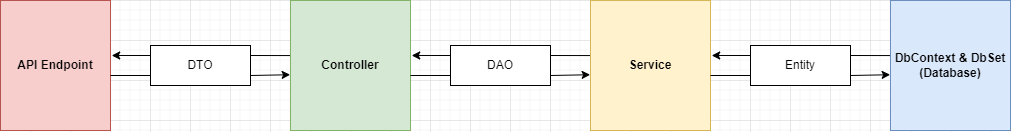
This is .github/Images/ProjectGraph.png from etases/4kTiles-Backend, a draw.io export, as it was before one commit. Source tidied: cells renumbered, new cells last; positions are measured from the earlier drawing's top-left corner, leaving out a move shared by most shapes. Its diagram source:
```xml
<mxGraphModel>
  <root>
    <mxCell id="0" />
    <mxCell id="1" parent="0" />
    <mxCell id="2" value="&lt;b&gt;API Endpoint&lt;/b&gt;" style="whiteSpace=wrap;html=1;align=center;fillColor=#f8cecc;strokeColor=#b85450;" parent="1" vertex="1">
      <mxGeometry width="110" height="130" as="geometry" />
    </mxCell>
    <mxCell id="3" style="edgeStyle=orthogonalEdgeStyle;rounded=0;jettySize=auto;html=1;exitX=0;exitY=0.25;exitDx=0;exitDy=0;entryX=1.011;entryY=0.423;entryDx=0;entryDy=0;entryPerimeter=0;" parent="1" edge="1" source="7" target="2">
      <mxGeometry relative="1" as="geometry" />
    </mxCell>
    <mxCell id="4" style="edgeStyle=orthogonalEdgeStyle;rounded=0;jettySize=auto;html=1;exitX=1;exitY=0.25;exitDx=0;exitDy=0;entryX=-0.003;entryY=0.417;entryDx=0;entryDy=0;entryPerimeter=0;endArrow=none;endFill=0;" parent="1" edge="1" source="7" target="8">
      <mxGeometry relative="1" as="geometry" />
    </mxCell>
    <mxCell id="5" style="rounded=0;jettySize=auto;html=1;exitX=1;exitY=0.75;exitDx=0;exitDy=0;endArrow=classic;endFill=1;entryX=-0.003;entryY=0.571;entryDx=0;entryDy=0;entryPerimeter=0;" parent="1" edge="1" source="7" target="8">
      <mxGeometry relative="1" as="geometry" />
    </mxCell>
    <mxCell id="6" style="edgeStyle=none;rounded=0;jettySize=auto;html=1;exitX=0;exitY=0.75;exitDx=0;exitDy=0;endArrow=none;endFill=0;" parent="1" edge="1" source="7">
      <mxGeometry relative="1" as="geometry">
        <mxPoint x="110" y="75" as="targetPoint" />
      </mxGeometry>
    </mxCell>
    <mxCell id="7" value="DTO" style="whiteSpace=wrap;html=1;align=center;" parent="1" vertex="1">
      <mxGeometry x="150" y="45" width="100" height="40" as="geometry" />
    </mxCell>
    <mxCell id="8" value="&lt;b&gt;Controller&lt;/b&gt;" style="whiteSpace=wrap;html=1;align=center;fillColor=#d5e8d4;strokeColor=#82b366;" parent="1" vertex="1">
      <mxGeometry x="290" width="120" height="130" as="geometry" />
    </mxCell>
    <mxCell id="9" style="edgeStyle=orthogonalEdgeStyle;rounded=0;jettySize=auto;html=1;exitX=0;exitY=0.25;exitDx=0;exitDy=0;entryX=1.011;entryY=0.423;entryDx=0;entryDy=0;entryPerimeter=0;" parent="1" edge="1" source="13">
      <mxGeometry relative="1" as="geometry">
        <mxPoint x="411.2" y="55" as="targetPoint" />
      </mxGeometry>
    </mxCell>
    <mxCell id="10" style="edgeStyle=orthogonalEdgeStyle;rounded=0;jettySize=auto;html=1;exitX=1;exitY=0.25;exitDx=0;exitDy=0;entryX=-0.003;entryY=0.417;entryDx=0;entryDy=0;entryPerimeter=0;endArrow=none;endFill=0;" parent="1" edge="1" source="13" target="14">
      <mxGeometry relative="1" as="geometry" />
    </mxCell>
    <mxCell id="11" style="rounded=0;jettySize=auto;html=1;exitX=1;exitY=0.75;exitDx=0;exitDy=0;endArrow=classic;endFill=1;entryX=-0.003;entryY=0.571;entryDx=0;entryDy=0;entryPerimeter=0;" parent="1" edge="1" source="13" target="14">
      <mxGeometry relative="1" as="geometry" />
    </mxCell>
    <mxCell id="12" style="edgeStyle=none;rounded=0;jettySize=auto;html=1;exitX=0;exitY=0.75;exitDx=0;exitDy=0;endArrow=none;endFill=0;" parent="1" edge="1" source="13">
      <mxGeometry relative="1" as="geometry">
        <mxPoint x="410" y="75" as="targetPoint" />
      </mxGeometry>
    </mxCell>
    <mxCell id="13" value="DAO" style="whiteSpace=wrap;html=1;align=center;" parent="1" vertex="1">
      <mxGeometry x="450" y="45" width="100" height="40" as="geometry" />
    </mxCell>
    <mxCell id="14" value="&lt;b&gt;Service&lt;/b&gt;" style="whiteSpace=wrap;html=1;align=center;fillColor=#fff2cc;strokeColor=#d6b656;" parent="1" vertex="1">
      <mxGeometry x="590" width="120" height="130" as="geometry" />
    </mxCell>
    <mxCell id="15" style="edgeStyle=orthogonalEdgeStyle;rounded=0;jettySize=auto;html=1;exitX=0;exitY=0.25;exitDx=0;exitDy=0;entryX=1.011;entryY=0.423;entryDx=0;entryDy=0;entryPerimeter=0;" parent="1" edge="1" source="19">
      <mxGeometry relative="1" as="geometry">
        <mxPoint x="711.2" y="55" as="targetPoint" />
      </mxGeometry>
    </mxCell>
    <mxCell id="16" style="edgeStyle=orthogonalEdgeStyle;rounded=0;jettySize=auto;html=1;exitX=1;exitY=0.25;exitDx=0;exitDy=0;entryX=-0.003;entryY=0.417;entryDx=0;entryDy=0;entryPerimeter=0;endArrow=none;endFill=0;" parent="1" edge="1" source="19" target="20">
      <mxGeometry relative="1" as="geometry" />
    </mxCell>
    <mxCell id="17" style="rounded=0;jettySize=auto;html=1;exitX=1;exitY=0.75;exitDx=0;exitDy=0;endArrow=classic;endFill=1;entryX=-0.003;entryY=0.571;entryDx=0;entryDy=0;entryPerimeter=0;" parent="1" edge="1" source="19" target="20">
      <mxGeometry relative="1" as="geometry" />
    </mxCell>
    <mxCell id="18" style="edgeStyle=none;rounded=0;jettySize=auto;html=1;exitX=0;exitY=0.75;exitDx=0;exitDy=0;endArrow=none;endFill=0;" parent="1" edge="1" source="19">
      <mxGeometry relative="1" as="geometry">
        <mxPoint x="710" y="75" as="targetPoint" />
      </mxGeometry>
    </mxCell>
    <mxCell id="19" value="Entity" style="whiteSpace=wrap;html=1;align=center;" parent="1" vertex="1">
      <mxGeometry x="750" y="45" width="100" height="40" as="geometry" />
    </mxCell>
    <mxCell id="20" value="&lt;b&gt;DbContext &amp;amp; DbSet&lt;br&gt;(Database)&lt;br&gt;&lt;/b&gt;" style="whiteSpace=wrap;html=1;align=center;fillColor=#dae8fc;strokeColor=#6c8ebf;" parent="1" vertex="1">
      <mxGeometry x="890" width="120" height="130" as="geometry" />
    </mxCell>
  </root>
</mxGraphModel>
```
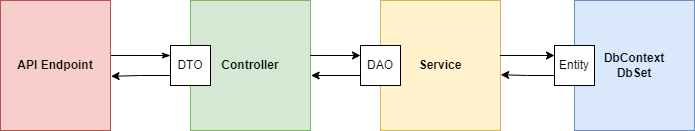
The same diagram one commit later.

Commit message:
Better document for README (#14)

The edit, as a diff of the source:
```diff
@@ -2,72 +2,44 @@
   <root>
     <mxCell id="0" />
     <mxCell id="1" parent="0" />
-    <mxCell id="2" value="&lt;b&gt;API Endpoint&lt;/b&gt;" style="whiteSpace=wrap;html=1;align=center;fillColor=#f8cecc;strokeColor=#b85450;" parent="1" vertex="1">
-      <mxGeometry width="110" height="130" as="geometry" />
+    <mxCell id="2" value="&lt;b&gt;API Endpoint&lt;br&gt;&lt;/b&gt;" style="whiteSpace=wrap;html=1;align=center;fillColor=#f8cecc;strokeColor=#b85450;" parent="1" vertex="1">
+      <mxGeometry x="100" width="110" height="130" as="geometry" />
     </mxCell>
-    <mxCell id="3" style="edgeStyle=orthogonalEdgeStyle;rounded=0;jettySize=auto;html=1;exitX=0;exitY=0.25;exitDx=0;exitDy=0;entryX=1.011;entryY=0.423;entryDx=0;entryDy=0;entryPerimeter=0;" parent="1" edge="1" source="7" target="2">
-      <mxGeometry relative="1" as="geometry" />
-    </mxCell>
-    <mxCell id="4" style="edgeStyle=orthogonalEdgeStyle;rounded=0;jettySize=auto;html=1;exitX=1;exitY=0.25;exitDx=0;exitDy=0;entryX=-0.003;entryY=0.417;entryDx=0;entryDy=0;entryPerimeter=0;endArrow=none;endFill=0;" parent="1" edge="1" source="7" target="8">
-      <mxGeometry relative="1" as="geometry" />
-    </mxCell>
-    <mxCell id="5" style="rounded=0;jettySize=auto;html=1;exitX=1;exitY=0.75;exitDx=0;exitDy=0;endArrow=classic;endFill=1;entryX=-0.003;entryY=0.571;entryDx=0;entryDy=0;entryPerimeter=0;" parent="1" edge="1" source="7" target="8">
-      <mxGeometry relative="1" as="geometry" />
-    </mxCell>
-    <mxCell id="6" style="edgeStyle=none;rounded=0;jettySize=auto;html=1;exitX=0;exitY=0.75;exitDx=0;exitDy=0;endArrow=none;endFill=0;" parent="1" edge="1" source="7">
-      <mxGeometry relative="1" as="geometry">
-        <mxPoint x="110" y="75" as="targetPoint" />
-      </mxGeometry>
-    </mxCell>
+    <mxCell id="8" value="&lt;b&gt;Controller&lt;/b&gt;" style="whiteSpace=wrap;html=1;align=center;fillColor=#d5e8d4;strokeColor=#82b366;" parent="1" vertex="1">
+      <mxGeometry x="290" width="120" height="130" as="geometry" />
+    </mxCell>
+    <mxCell id="14" value="&lt;b&gt;Service&lt;/b&gt;" style="whiteSpace=wrap;html=1;align=center;fillColor=#fff2cc;strokeColor=#d6b656;" parent="1" vertex="1">
+      <mxGeometry x="480" width="120" height="130" as="geometry" />
+    </mxCell>
+    <mxCell id="21" style="edgeStyle=orthogonalEdgeStyle;rounded=0;jettySize=auto;html=1;exitX=0;exitY=0.25;exitDx=0;exitDy=0;entryX=0.998;entryY=0.423;entryDx=0;entryDy=0;entryPerimeter=0;startArrow=classic;startFill=1;endArrow=none;endFill=0;" parent="1" edge="1" source="13" target="8">
+      <mxGeometry relative="1" as="geometry" />
+    </mxCell>
+    <mxCell id="22" style="edgeStyle=orthogonalEdgeStyle;rounded=0;jettySize=auto;html=1;exitX=0;exitY=0.75;exitDx=0;exitDy=0;entryX=1.005;entryY=0.577;entryDx=0;entryDy=0;entryPerimeter=0;startArrow=none;startFill=0;endArrow=classic;endFill=1;" parent="1" edge="1" source="13" target="8">
+      <mxGeometry relative="1" as="geometry" />
+    </mxCell>
+    <mxCell id="13" value="DAO" style="whiteSpace=wrap;html=1;align=center;" parent="1" vertex="1">
+      <mxGeometry x="460" y="45" width="40" height="40" as="geometry" />
+    </mxCell>
+    <mxCell id="20" value="&lt;b&gt;DbContext&lt;br&gt;DbSet&lt;br&gt;&lt;/b&gt;" style="whiteSpace=wrap;html=1;align=center;fillColor=#dae8fc;strokeColor=#6c8ebf;" parent="1" vertex="1">
+      <mxGeometry x="674" width="120" height="130" as="geometry" />
+    </mxCell>
+    <mxCell id="23" style="edgeStyle=orthogonalEdgeStyle;rounded=0;jettySize=auto;html=1;exitX=0;exitY=0.25;exitDx=0;exitDy=0;entryX=1.005;entryY=0.423;entryDx=0;entryDy=0;entryPerimeter=0;startArrow=classicThin;startFill=1;endArrow=none;endFill=0;" parent="1" edge="1" source="7" target="2">
+      <mxGeometry relative="1" as="geometry" />
+    </mxCell>
+    <mxCell id="24" style="edgeStyle=orthogonalEdgeStyle;rounded=0;jettySize=auto;html=1;exitX=0;exitY=0.75;exitDx=0;exitDy=0;startArrow=none;startFill=0;endArrow=classic;endFill=1;entryX=1.005;entryY=0.583;entryDx=0;entryDy=0;entryPerimeter=0;" parent="1" edge="1" source="7" target="2">
+      <mxGeometry relative="1" as="geometry" />
+    </mxCell>
     <mxCell id="7" value="DTO" style="whiteSpace=wrap;html=1;align=center;" parent="1" vertex="1">
-      <mxGeometry x="150" y="45" width="100" height="40" as="geometry" />
+      <mxGeometry x="270" y="45" width="40" height="40" as="geometry" />
     </mxCell>
-    <mxCell id="8" value="&lt;b&gt;Controller&lt;/b&gt;" style="whiteSpace=wrap;html=1;align=center;fillColor=#d5e8d4;strokeColor=#82b366;" parent="1" vertex="1">
-      <mxGeometry x="290" width="120" height="130" as="geometry" />
-    </mxCell>
-    <mxCell id="9" style="edgeStyle=orthogonalEdgeStyle;rounded=0;jettySize=auto;html=1;exitX=0;exitY=0.25;exitDx=0;exitDy=0;entryX=1.011;entryY=0.423;entryDx=0;entryDy=0;entryPerimeter=0;" parent="1" edge="1" source="13">
-      <mxGeometry relative="1" as="geometry">
-        <mxPoint x="411.2" y="55" as="targetPoint" />
-      </mxGeometry>
-    </mxCell>
-    <mxCell id="10" style="edgeStyle=orthogonalEdgeStyle;rounded=0;jettySize=auto;html=1;exitX=1;exitY=0.25;exitDx=0;exitDy=0;entryX=-0.003;entryY=0.417;entryDx=0;entryDy=0;entryPerimeter=0;endArrow=none;endFill=0;" parent="1" edge="1" source="13" target="14">
-      <mxGeometry relative="1" as="geometry" />
-    </mxCell>
-    <mxCell id="11" style="rounded=0;jettySize=auto;html=1;exitX=1;exitY=0.75;exitDx=0;exitDy=0;endArrow=classic;endFill=1;entryX=-0.003;entryY=0.571;entryDx=0;entryDy=0;entryPerimeter=0;" parent="1" edge="1" source="13" target="14">
-      <mxGeometry relative="1" as="geometry" />
-    </mxCell>
-    <mxCell id="12" style="edgeStyle=none;rounded=0;jettySize=auto;html=1;exitX=0;exitY=0.75;exitDx=0;exitDy=0;endArrow=none;endFill=0;" parent="1" edge="1" source="13">
-      <mxGeometry relative="1" as="geometry">
-        <mxPoint x="410" y="75" as="targetPoint" />
-      </mxGeometry>
-    </mxCell>
-    <mxCell id="13" value="DAO" style="whiteSpace=wrap;html=1;align=center;" parent="1" vertex="1">
-      <mxGeometry x="450" y="45" width="100" height="40" as="geometry" />
-    </mxCell>
-    <mxCell id="14" value="&lt;b&gt;Service&lt;/b&gt;" style="whiteSpace=wrap;html=1;align=center;fillColor=#fff2cc;strokeColor=#d6b656;" parent="1" vertex="1">
-      <mxGeometry x="590" width="120" height="130" as="geometry" />
-    </mxCell>
-    <mxCell id="15" style="edgeStyle=orthogonalEdgeStyle;rounded=0;jettySize=auto;html=1;exitX=0;exitY=0.25;exitDx=0;exitDy=0;entryX=1.011;entryY=0.423;entryDx=0;entryDy=0;entryPerimeter=0;" parent="1" edge="1" source="19">
-      <mxGeometry relative="1" as="geometry">
-        <mxPoint x="711.2" y="55" as="targetPoint" />
-      </mxGeometry>
-    </mxCell>
-    <mxCell id="16" style="edgeStyle=orthogonalEdgeStyle;rounded=0;jettySize=auto;html=1;exitX=1;exitY=0.25;exitDx=0;exitDy=0;entryX=-0.003;entryY=0.417;entryDx=0;entryDy=0;entryPerimeter=0;endArrow=none;endFill=0;" parent="1" edge="1" source="19" target="20">
-      <mxGeometry relative="1" as="geometry" />
-    </mxCell>
-    <mxCell id="17" style="rounded=0;jettySize=auto;html=1;exitX=1;exitY=0.75;exitDx=0;exitDy=0;endArrow=classic;endFill=1;entryX=-0.003;entryY=0.571;entryDx=0;entryDy=0;entryPerimeter=0;" parent="1" edge="1" source="19" target="20">
-      <mxGeometry relative="1" as="geometry" />
-    </mxCell>
-    <mxCell id="18" style="edgeStyle=none;rounded=0;jettySize=auto;html=1;exitX=0;exitY=0.75;exitDx=0;exitDy=0;endArrow=none;endFill=0;" parent="1" edge="1" source="19">
-      <mxGeometry relative="1" as="geometry">
-        <mxPoint x="710" y="75" as="targetPoint" />
-      </mxGeometry>
-    </mxCell>
+    <mxCell id="25" style="edgeStyle=orthogonalEdgeStyle;rounded=0;jettySize=auto;html=1;exitX=0;exitY=0.25;exitDx=0;exitDy=0;startArrow=classic;startFill=1;endArrow=none;endFill=0;entryX=0.995;entryY=0.423;entryDx=0;entryDy=0;entryPerimeter=0;" parent="1" edge="1" source="19" target="14">
+      <mxGeometry relative="1" as="geometry" />
+    </mxCell>
+    <mxCell id="26" style="edgeStyle=orthogonalEdgeStyle;rounded=0;jettySize=auto;html=1;exitX=0;exitY=0.75;exitDx=0;exitDy=0;entryX=1.002;entryY=0.571;entryDx=0;entryDy=0;entryPerimeter=0;startArrow=none;startFill=0;endArrow=classic;endFill=1;" parent="1" edge="1" source="19" target="14">
+      <mxGeometry relative="1" as="geometry" />
+    </mxCell>
     <mxCell id="19" value="Entity" style="whiteSpace=wrap;html=1;align=center;" parent="1" vertex="1">
-      <mxGeometry x="750" y="45" width="100" height="40" as="geometry" />
+      <mxGeometry x="654" y="45" width="40" height="40" as="geometry" />
     </mxCell>
-    <mxCell id="20" value="&lt;b&gt;DbContext &amp;amp; DbSet&lt;br&gt;(Database)&lt;br&gt;&lt;/b&gt;" style="whiteSpace=wrap;html=1;align=center;fillColor=#dae8fc;strokeColor=#6c8ebf;" parent="1" vertex="1">
-      <mxGeometry x="890" width="120" height="130" as="geometry" />
-    </mxCell>
   </root>
 </mxGraphModel>
```
